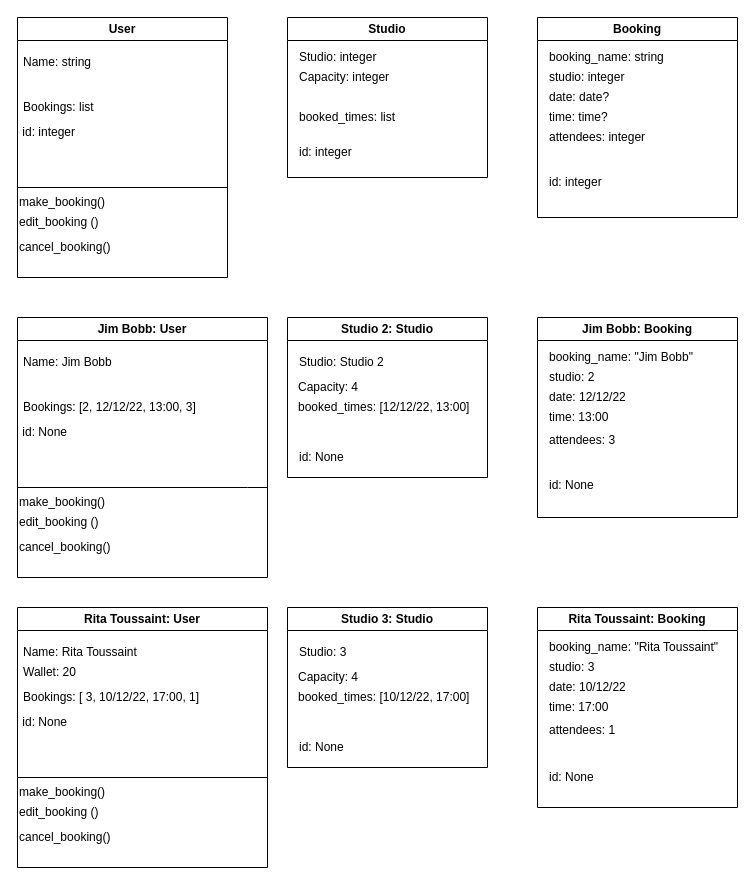
sagesaintsalem/ccfirstproject keeps this draw.io diagram as class_diagram.drawio. Above is the earlier version. Source tidied: cells renumbered, new cells numbered last; positions are measured from the earlier drawing's top-left corner, leaving out a move shared by most shapes. Both pictures are drawn from the tidied source at 100%, with x=0, y=0 at pixel (17, 17).
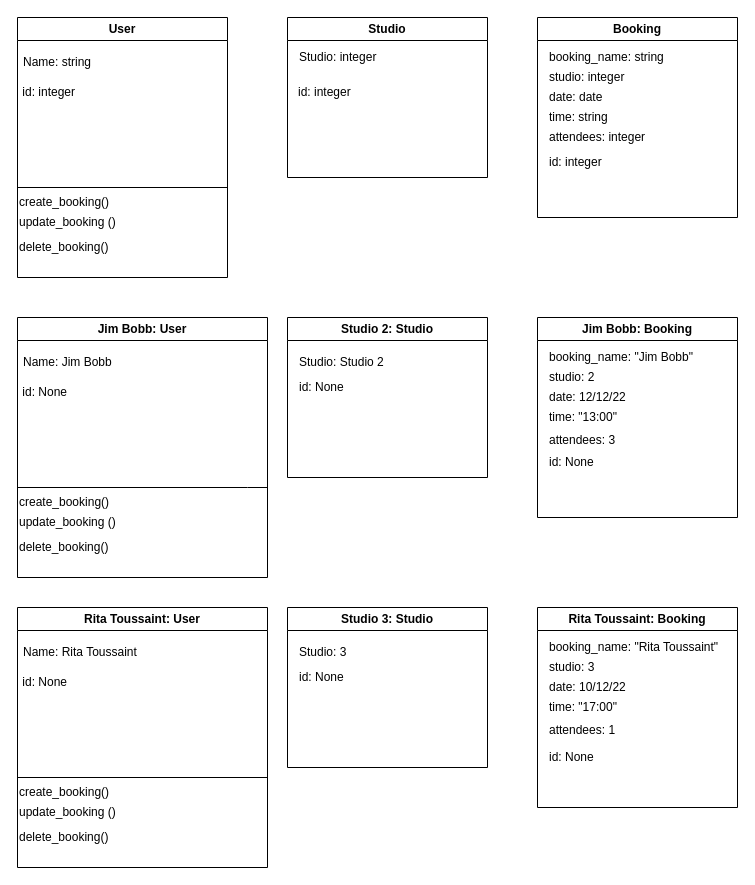
The same page after the edit.

Unchanged cells that the change refers to:
```xml
<mxCell id="2" value="Studio" style="swimlane;whiteSpace=wrap;html=1;fillColor=none;" parent="1" vertex="1">
  <mxGeometry x="270" width="200" height="160" as="geometry" />
</mxCell>
<mxCell id="7" value="Booking" style="swimlane;whiteSpace=wrap;html=1;fillColor=none;" parent="1" vertex="1">
  <mxGeometry x="520" width="200" height="200" as="geometry" />
</mxCell>
<mxCell id="14" value="User" style="swimlane;whiteSpace=wrap;html=1;fillColor=none;" parent="1" vertex="1">
  <mxGeometry width="210" height="260" as="geometry" />
</mxCell>
<mxCell id="22" value="Jim Bobb: User" style="swimlane;whiteSpace=wrap;html=1;fillColor=none;" parent="1" vertex="1">
  <mxGeometry y="300" width="250" height="260" as="geometry" />
</mxCell>
<mxCell id="30" value="Studio 2: Studio" style="swimlane;whiteSpace=wrap;html=1;fillColor=none;" parent="1" vertex="1">
  <mxGeometry x="270" y="300" width="200" height="160" as="geometry" />
</mxCell>
<mxCell id="35" value="Jim Bobb: Booking" style="swimlane;whiteSpace=wrap;html=1;fillColor=none;" parent="1" vertex="1">
  <mxGeometry x="520" y="300" width="200" height="200" as="geometry" />
</mxCell>
<mxCell id="42" value="Rita Toussaint: User" style="swimlane;whiteSpace=wrap;html=1;fillColor=none;" parent="1" vertex="1">
  <mxGeometry y="590" width="250" height="260" as="geometry" />
</mxCell>
<mxCell id="51" value="Studio 3: Studio" style="swimlane;whiteSpace=wrap;html=1;fillColor=none;" parent="1" vertex="1">
  <mxGeometry x="270" y="590" width="200" height="160" as="geometry" />
</mxCell>
<mxCell id="56" value="Rita Toussaint: Booking" style="swimlane;whiteSpace=wrap;html=1;fillColor=none;" parent="1" vertex="1">
  <mxGeometry x="520" y="590" width="200" height="200" as="geometry" />
</mxCell>
```

Change to the diagram source:
```diff
@@
-    <mxCell id="4" value="Capacity: integer" style="text;html=1;strokeColor=none;fillColor=none;align=left;verticalAlign=middle;whiteSpace=wrap;rounded=0;" parent="2" vertex="1">
-      <mxGeometry x="10" y="50" width="170" height="20" as="geometry" />
-    </mxCell>
-    <mxCell id="5" value="booked_times: list" style="text;html=1;strokeColor=none;fillColor=none;align=left;verticalAlign=middle;whiteSpace=wrap;rounded=0;" parent="2" vertex="1">
-      <mxGeometry x="10" y="90" width="170" height="20" as="geometry" />
-    </mxCell>
     <mxCell id="6" value="id: integer" style="text;html=1;strokeColor=none;fillColor=none;align=left;verticalAlign=middle;whiteSpace=wrap;rounded=0;" parent="2" vertex="1">
-      <mxGeometry x="10" y="120" width="170" height="30" as="geometry" />
+      <mxGeometry x="9" y="60" width="170" height="30" as="geometry" />
     </mxCell>
@@
-    <mxCell id="10" value="date: date?" style="text;html=1;strokeColor=none;fillColor=none;align=left;verticalAlign=middle;whiteSpace=wrap;rounded=0;" parent="7" vertex="1">
+    <mxCell id="10" value="date: date" style="text;html=1;strokeColor=none;fillColor=none;align=left;verticalAlign=middle;whiteSpace=wrap;rounded=0;" parent="7" vertex="1">
       <mxGeometry x="10" y="70" width="170" height="20" as="geometry" />
     </mxCell>
-    <mxCell id="11" value="time: time?" style="text;html=1;strokeColor=none;fillColor=none;align=left;verticalAlign=middle;whiteSpace=wrap;rounded=0;" parent="7" vertex="1">
+    <mxCell id="11" value="time: string" style="text;html=1;strokeColor=none;fillColor=none;align=left;verticalAlign=middle;whiteSpace=wrap;rounded=0;" parent="7" vertex="1">
       <mxGeometry x="10" y="90" width="170" height="20" as="geometry" />
     </mxCell>
     <mxCell id="12" value="id: integer" style="text;html=1;strokeColor=none;fillColor=none;align=left;verticalAlign=middle;whiteSpace=wrap;rounded=0;" parent="7" vertex="1">
-      <mxGeometry x="10" y="150" width="170" height="30" as="geometry" />
+      <mxGeometry x="10" y="130" width="170" height="30" as="geometry" />
     </mxCell>
@@
     <mxCell id="16" value="&amp;nbsp;id: integer" style="text;html=1;strokeColor=none;fillColor=none;align=left;verticalAlign=middle;whiteSpace=wrap;rounded=0;" parent="14" vertex="1">
-      <mxGeometry y="100" width="210" height="30" as="geometry" />
+      <mxGeometry y="60" width="210" height="30" as="geometry" />
     </mxCell>
@@
-    <mxCell id="18" value="&lt;div&gt;Bookings: list&lt;/div&gt;" style="text;strokeColor=none;fillColor=none;align=left;verticalAlign=middle;spacingLeft=4;spacingRight=4;overflow=hidden;whiteSpace=wrap;html=1;" parent="14" vertex="1">
-      <mxGeometry y="80" width="210" height="20" as="geometry" />
-    </mxCell>
-    <mxCell id="19" value="make_booking()" style="text;html=1;strokeColor=none;fillColor=none;align=left;verticalAlign=middle;whiteSpace=wrap;rounded=0;" parent="14" vertex="1">
+    <mxCell id="19" value="create_booking()" style="text;html=1;strokeColor=none;fillColor=none;align=left;verticalAlign=middle;whiteSpace=wrap;rounded=0;" parent="14" vertex="1">
       <mxGeometry y="175" width="210" height="20" as="geometry" />
     </mxCell>
-    <mxCell id="20" value="edit_booking ()" style="text;html=1;strokeColor=none;fillColor=none;align=left;verticalAlign=middle;whiteSpace=wrap;rounded=0;" parent="14" vertex="1">
+    <mxCell id="20" value="update_booking ()" style="text;html=1;strokeColor=none;fillColor=none;align=left;verticalAlign=middle;whiteSpace=wrap;rounded=0;" parent="14" vertex="1">
       <mxGeometry y="200" width="210" height="10" as="geometry" />
     </mxCell>
-    <mxCell id="21" value="cancel_booking()" style="text;html=1;strokeColor=none;fillColor=none;align=left;verticalAlign=middle;whiteSpace=wrap;rounded=0;" parent="14" vertex="1">
+    <mxCell id="21" value="delete_booking()" style="text;html=1;strokeColor=none;fillColor=none;align=left;verticalAlign=middle;whiteSpace=wrap;rounded=0;" parent="14" vertex="1">
       <mxGeometry y="220" width="200" height="20" as="geometry" />
     </mxCell>
@@
     <mxCell id="24" value="&amp;nbsp;id: None" style="text;html=1;strokeColor=none;fillColor=none;align=left;verticalAlign=middle;whiteSpace=wrap;rounded=0;" parent="22" vertex="1">
-      <mxGeometry y="100" width="210" height="30" as="geometry" />
+      <mxGeometry y="60" width="210" height="30" as="geometry" />
     </mxCell>
@@
-    <mxCell id="26" value="&lt;div&gt;Bookings: [2, 12/12/22, 13:00, 3]&lt;br&gt;&lt;/div&gt;" style="text;strokeColor=none;fillColor=none;align=left;verticalAlign=middle;spacingLeft=4;spacingRight=4;overflow=hidden;whiteSpace=wrap;html=1;" parent="22" vertex="1">
-      <mxGeometry y="70" width="250" height="40" as="geometry" />
-    </mxCell>
-    <mxCell id="27" value="make_booking()" style="text;html=1;strokeColor=none;fillColor=none;align=left;verticalAlign=middle;whiteSpace=wrap;rounded=0;" parent="22" vertex="1">
+    <mxCell id="27" value="create_booking()" style="text;html=1;strokeColor=none;fillColor=none;align=left;verticalAlign=middle;whiteSpace=wrap;rounded=0;" parent="22" vertex="1">
       <mxGeometry y="175" width="210" height="20" as="geometry" />
     </mxCell>
-    <mxCell id="28" value="edit_booking ()" style="text;html=1;strokeColor=none;fillColor=none;align=left;verticalAlign=middle;whiteSpace=wrap;rounded=0;" parent="22" vertex="1">
+    <mxCell id="28" value="update_booking ()" style="text;html=1;strokeColor=none;fillColor=none;align=left;verticalAlign=middle;whiteSpace=wrap;rounded=0;" parent="22" vertex="1">
       <mxGeometry y="200" width="210" height="10" as="geometry" />
     </mxCell>
-    <mxCell id="29" value="cancel_booking()" style="text;html=1;strokeColor=none;fillColor=none;align=left;verticalAlign=middle;whiteSpace=wrap;rounded=0;" parent="22" vertex="1">
+    <mxCell id="29" value="delete_booking()" style="text;html=1;strokeColor=none;fillColor=none;align=left;verticalAlign=middle;whiteSpace=wrap;rounded=0;" parent="22" vertex="1">
       <mxGeometry y="220" width="200" height="20" as="geometry" />
     </mxCell>
@@
-    <mxCell id="32" value="Capacity: 4" style="text;html=1;strokeColor=none;fillColor=none;align=left;verticalAlign=middle;whiteSpace=wrap;rounded=0;" parent="30" vertex="1">
-      <mxGeometry x="9" y="60" width="170" height="20" as="geometry" />
-    </mxCell>
-    <mxCell id="33" value="booked_times: [12/12/22, 13:00]" style="text;html=1;strokeColor=none;fillColor=none;align=left;verticalAlign=middle;whiteSpace=wrap;rounded=0;" parent="30" vertex="1">
-      <mxGeometry x="9" y="80" width="180" height="20" as="geometry" />
-    </mxCell>
     <mxCell id="34" value="id: None" style="text;html=1;strokeColor=none;fillColor=none;align=left;verticalAlign=middle;whiteSpace=wrap;rounded=0;" parent="30" vertex="1">
-      <mxGeometry x="10" y="130" width="170" height="20" as="geometry" />
+      <mxGeometry x="10" y="60" width="170" height="20" as="geometry" />
     </mxCell>
@@
-    <mxCell id="39" value="time: 13:00" style="text;html=1;strokeColor=none;fillColor=none;align=left;verticalAlign=middle;whiteSpace=wrap;rounded=0;" parent="35" vertex="1">
+    <mxCell id="39" value="time: &quot;13:00&quot;" style="text;html=1;strokeColor=none;fillColor=none;align=left;verticalAlign=middle;whiteSpace=wrap;rounded=0;" parent="35" vertex="1">
       <mxGeometry x="10" y="90" width="170" height="20" as="geometry" />
     </mxCell>
     <mxCell id="40" value="id: None" style="text;html=1;strokeColor=none;fillColor=none;align=left;verticalAlign=middle;whiteSpace=wrap;rounded=0;" parent="35" vertex="1">
-      <mxGeometry x="10" y="160" width="170" height="15" as="geometry" />
+      <mxGeometry x="10" y="137" width="170" height="15" as="geometry" />
     </mxCell>
@@
     <mxCell id="44" value="&amp;nbsp;id: None" style="text;html=1;strokeColor=none;fillColor=none;align=left;verticalAlign=middle;whiteSpace=wrap;rounded=0;" parent="42" vertex="1">
-      <mxGeometry y="100" width="210" height="30" as="geometry" />
+      <mxGeometry y="60" width="210" height="30" as="geometry" />
     </mxCell>
@@
-    <mxCell id="46" value="Wallet: 20" style="text;strokeColor=none;fillColor=none;align=left;verticalAlign=middle;spacingLeft=4;spacingRight=4;overflow=hidden;whiteSpace=wrap;html=1;" parent="42" vertex="1">
-      <mxGeometry y="50" width="210" height="30" as="geometry" />
-    </mxCell>
-    <mxCell id="47" value="&lt;div&gt;Bookings: [ 3, 10/12/22, 17:00, 1]&lt;br&gt;&lt;/div&gt;" style="text;strokeColor=none;fillColor=none;align=left;verticalAlign=middle;spacingLeft=4;spacingRight=4;overflow=hidden;whiteSpace=wrap;html=1;" parent="42" vertex="1">
-      <mxGeometry y="70" width="250" height="40" as="geometry" />
-    </mxCell>
-    <mxCell id="48" value="make_booking()" style="text;html=1;strokeColor=none;fillColor=none;align=left;verticalAlign=middle;whiteSpace=wrap;rounded=0;" parent="42" vertex="1">
+    <mxCell id="48" value="create_booking()" style="text;html=1;strokeColor=none;fillColor=none;align=left;verticalAlign=middle;whiteSpace=wrap;rounded=0;" parent="42" vertex="1">
       <mxGeometry y="175" width="210" height="20" as="geometry" />
     </mxCell>
-    <mxCell id="49" value="edit_booking ()" style="text;html=1;strokeColor=none;fillColor=none;align=left;verticalAlign=middle;whiteSpace=wrap;rounded=0;" parent="42" vertex="1">
+    <mxCell id="49" value="update_booking ()" style="text;html=1;strokeColor=none;fillColor=none;align=left;verticalAlign=middle;whiteSpace=wrap;rounded=0;" parent="42" vertex="1">
       <mxGeometry y="200" width="210" height="10" as="geometry" />
     </mxCell>
-    <mxCell id="50" value="cancel_booking()" style="text;html=1;strokeColor=none;fillColor=none;align=left;verticalAlign=middle;whiteSpace=wrap;rounded=0;" parent="42" vertex="1">
+    <mxCell id="50" value="delete_booking()" style="text;html=1;strokeColor=none;fillColor=none;align=left;verticalAlign=middle;whiteSpace=wrap;rounded=0;" parent="42" vertex="1">
       <mxGeometry y="220" width="200" height="20" as="geometry" />
     </mxCell>
@@
-    <mxCell id="53" value="Capacity: 4" style="text;html=1;strokeColor=none;fillColor=none;align=left;verticalAlign=middle;whiteSpace=wrap;rounded=0;" parent="51" vertex="1">
-      <mxGeometry x="9" y="60" width="170" height="20" as="geometry" />
-    </mxCell>
-    <mxCell id="54" value="booked_times: [10/12/22, 17:00]" style="text;html=1;strokeColor=none;fillColor=none;align=left;verticalAlign=middle;whiteSpace=wrap;rounded=0;" parent="51" vertex="1">
-      <mxGeometry x="9" y="80" width="180" height="20" as="geometry" />
-    </mxCell>
     <mxCell id="55" value="id: None" style="text;html=1;strokeColor=none;fillColor=none;align=left;verticalAlign=middle;whiteSpace=wrap;rounded=0;" parent="51" vertex="1">
-      <mxGeometry x="10" y="130" width="170" height="20" as="geometry" />
+      <mxGeometry x="10" y="60" width="170" height="20" as="geometry" />
     </mxCell>
@@
-    <mxCell id="60" value="time: 17:00" style="text;html=1;strokeColor=none;fillColor=none;align=left;verticalAlign=middle;whiteSpace=wrap;rounded=0;" parent="56" vertex="1">
+    <mxCell id="60" value="time: &quot;17:00&quot;" style="text;html=1;strokeColor=none;fillColor=none;align=left;verticalAlign=middle;whiteSpace=wrap;rounded=0;" parent="56" vertex="1">
       <mxGeometry x="10" y="90" width="170" height="20" as="geometry" />
     </mxCell>
     <mxCell id="61" value="id: None" style="text;html=1;strokeColor=none;fillColor=none;align=left;verticalAlign=middle;whiteSpace=wrap;rounded=0;" parent="56" vertex="1">
-      <mxGeometry x="10" y="160" width="170" height="20" as="geometry" />
+      <mxGeometry x="10" y="140" width="170" height="20" as="geometry" />
     </mxCell>
```
